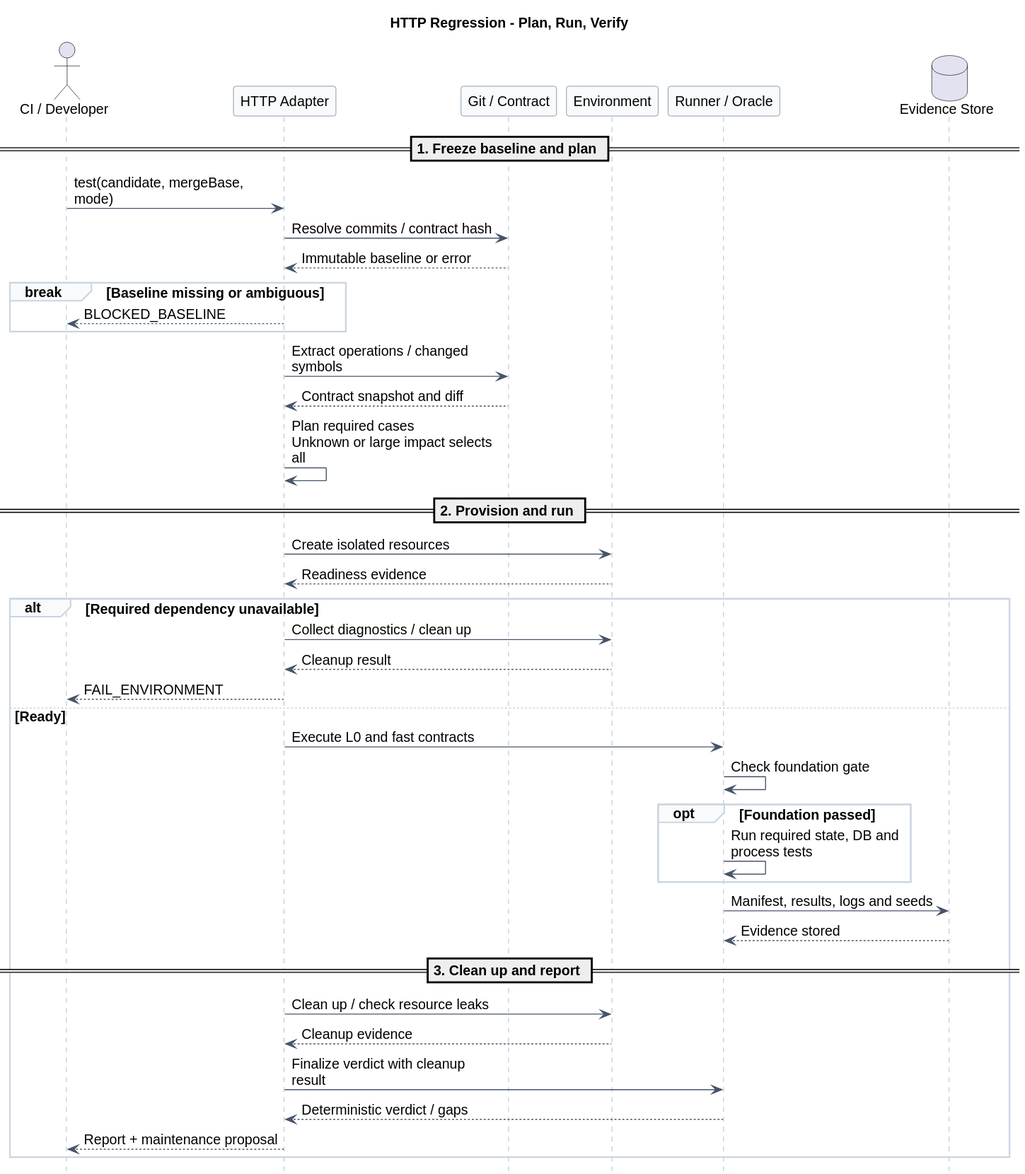
Before: 02-服务与接口/04-Runtime-HTTP测试Agent/http_test_execution_sequence.svg, a diagram exported from PlantUML (ssm0808/pi-mono-java-design). The source it was exported from:
```plantuml
@startuml

skinparam backgroundColor white
skinparam shadowing false
skinparam defaultFontName Arial
skinparam defaultFontSize 14
skinparam ArrowColor #475569
hide footbox
skinparam maxMessageSize 210
skinparam sequenceMessageAlign left
skinparam sequence {
  ParticipantBackgroundColor #F8FAFC
  ParticipantBorderColor #64748B
  LifeLineBorderColor #94A3B8
  GroupBorderColor #CBD5E1
  GroupBackgroundColor #F8FAFC
}
title HTTP Regression - Plan, Run, Verify
actor "CI / Developer" as Caller
participant "HTTP Adapter" as Agent
participant "Git / Contract" as Source
participant "Environment" as Env
participant "Runner / Oracle" as Runner
database "Evidence Store" as Store

== 1. Freeze baseline and plan ==
Caller -> Agent : test(candidate, mergeBase, mode)
Agent -> Source : Resolve commits / contract hash
Source --> Agent : Immutable baseline or error
break Baseline missing or ambiguous
  Agent --> Caller : BLOCKED_BASELINE
end
Agent -> Source : Extract operations / changed symbols
Source --> Agent : Contract snapshot and diff
Agent -> Agent : Plan required cases\nUnknown or large impact selects all

== 2. Provision and run ==
Agent -> Env : Create isolated resources
Env --> Agent : Readiness evidence
alt Required dependency unavailable
  Agent -> Env : Collect diagnostics / clean up
  Env --> Agent : Cleanup result
  Agent --> Caller : FAIL_ENVIRONMENT
else Ready
  Agent -> Runner : Execute L0 and fast contracts
  Runner -> Runner : Check foundation gate
  opt Foundation passed
    Runner -> Runner : Run required state, DB and process tests
  end
  Runner -> Store : Manifest, results, logs and seeds
  Store --> Runner : Evidence stored

  == 3. Clean up and report ==
  Agent -> Env : Clean up / check resource leaks
  Env --> Agent : Cleanup evidence
  Agent -> Runner : Finalize verdict with cleanup result
  Runner --> Agent : Deterministic verdict / gaps
  Agent --> Caller : Report + maintenance proposal
end
@enduml
```
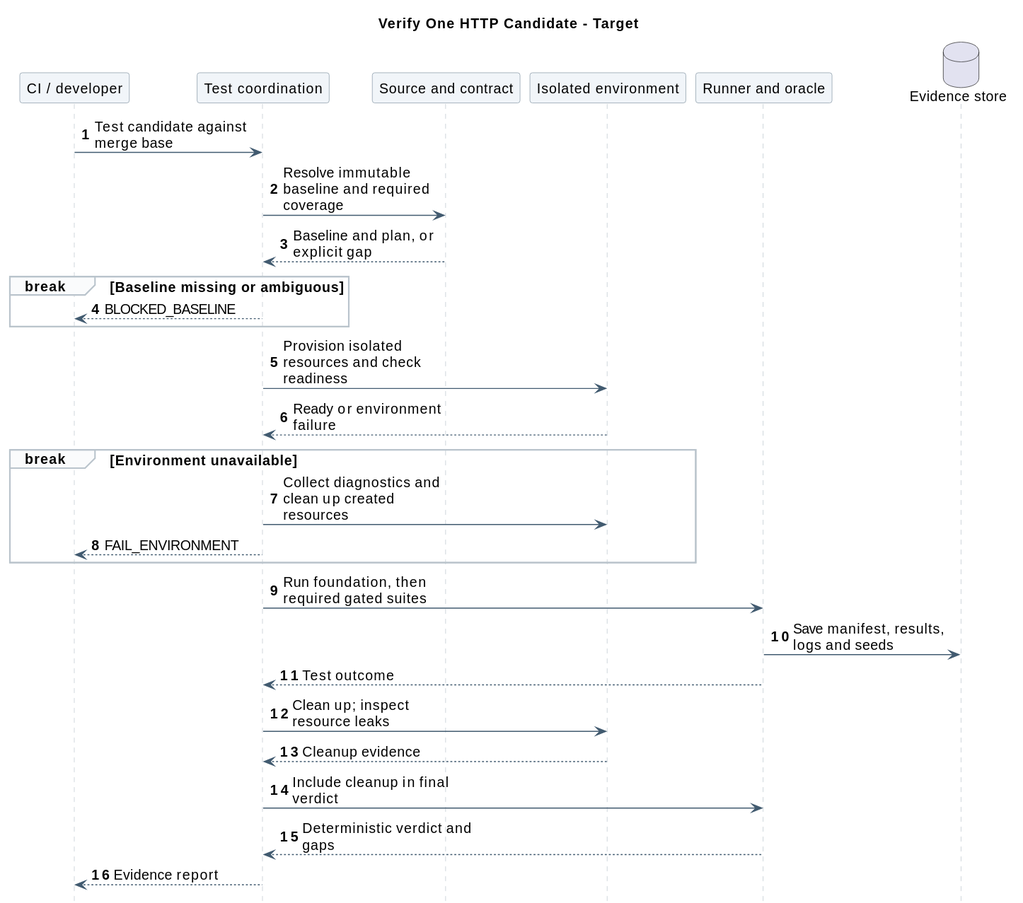
After the change.

What changed in the source:
```diff
@@ -1,60 +1,46 @@
 @startuml
+skinparam backgroundColor white
+skinparam defaultFontName SansSerif
+skinparam defaultFontSize 14
+skinparam shadowing false
+skinparam sequenceMessageAlign left
+skinparam maxMessageSize 180
+skinparam sequenceArrowColor #425B70
+skinparam sequenceLifeLineBorderColor #BAC4CC
+skinparam sequenceParticipantBackgroundColor #F1F5F9
+skinparam sequenceParticipantBorderColor #8496A4
+skinparam sequenceGroupBackgroundColor #FAFBFC
+skinparam sequenceGroupBorderColor #BAC4CC
+skinparam noteBackgroundColor #FFFBEF
+skinparam noteBorderColor #D2C6A5
+hide footbox
+autonumber
 
-skinparam backgroundColor white
-skinparam shadowing false
-skinparam defaultFontName Arial
-skinparam defaultFontSize 14
-skinparam ArrowColor #475569
-hide footbox
-skinparam maxMessageSize 210
-skinparam sequenceMessageAlign left
-skinparam sequence {
-  ParticipantBackgroundColor #F8FAFC
-  ParticipantBorderColor #64748B
-  LifeLineBorderColor #94A3B8
-  GroupBorderColor #CBD5E1
-  GroupBackgroundColor #F8FAFC
-}
-title HTTP Regression - Plan, Run, Verify
-actor "CI / Developer" as Caller
-participant "HTTP Adapter" as Agent
-participant "Git / Contract" as Source
-participant "Environment" as Env
-participant "Runner / Oracle" as Runner
-database "Evidence Store" as Store
-
-== 1. Freeze baseline and plan ==
-Caller -> Agent : test(candidate, mergeBase, mode)
-Agent -> Source : Resolve commits / contract hash
-Source --> Agent : Immutable baseline or error
+title Verify One HTTP Candidate - Target
+participant "CI / developer" as Caller
+participant "Test coordination" as Agent
+participant "Source and contract" as Source
+participant "Isolated environment" as Env
+participant "Runner and oracle" as Runner
+database "Evidence store" as Store
+Caller -> Agent : Test candidate against merge base
+Agent -> Source : Resolve immutable baseline and required coverage
+Source --> Agent : Baseline and plan, or explicit gap
 break Baseline missing or ambiguous
   Agent --> Caller : BLOCKED_BASELINE
 end
-Agent -> Source : Extract operations / changed symbols
-Source --> Agent : Contract snapshot and diff
-Agent -> Agent : Plan required cases\nUnknown or large impact selects all
-
-== 2. Provision and run ==
-Agent -> Env : Create isolated resources
-Env --> Agent : Readiness evidence
-alt Required dependency unavailable
-  Agent -> Env : Collect diagnostics / clean up
-  Env --> Agent : Cleanup result
+Agent -> Env : Provision isolated resources and check readiness
+Env --> Agent : Ready or environment failure
+break Environment unavailable
+  Agent -> Env : Collect diagnostics and clean up created resources
   Agent --> Caller : FAIL_ENVIRONMENT
-else Ready
-  Agent -> Runner : Execute L0 and fast contracts
-  Runner -> Runner : Check foundation gate
-  opt Foundation passed
-    Runner -> Runner : Run required state, DB and process tests
-  end
-  Runner -> Store : Manifest, results, logs and seeds
-  Store --> Runner : Evidence stored
-
-  == 3. Clean up and report ==
-  Agent -> Env : Clean up / check resource leaks
-  Env --> Agent : Cleanup evidence
-  Agent -> Runner : Finalize verdict with cleanup result
-  Runner --> Agent : Deterministic verdict / gaps
-  Agent --> Caller : Report + maintenance proposal
 end
+Agent -> Runner : Run foundation, then required gated suites
+Runner -> Store : Save manifest, results, logs and seeds
+Runner --> Agent : Test outcome
+Agent -> Env : Clean up; inspect resource leaks
+Env --> Agent : Cleanup evidence
+Agent -> Runner : Include cleanup in final verdict
+Runner --> Agent : Deterministic verdict and gaps
+Agent --> Caller : Evidence report
 @enduml
```
